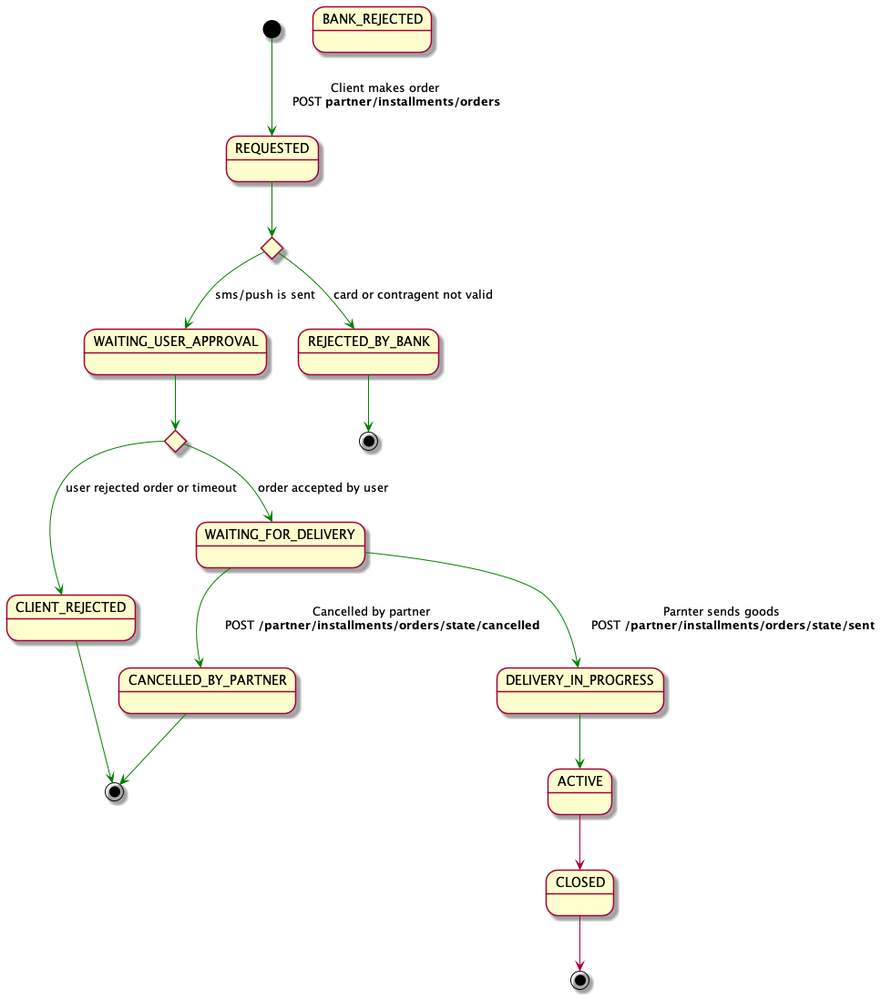
Before: images/installment-states-together.png, a diagram exported from PlantUML (obudigital/pos-installment-partners-api).
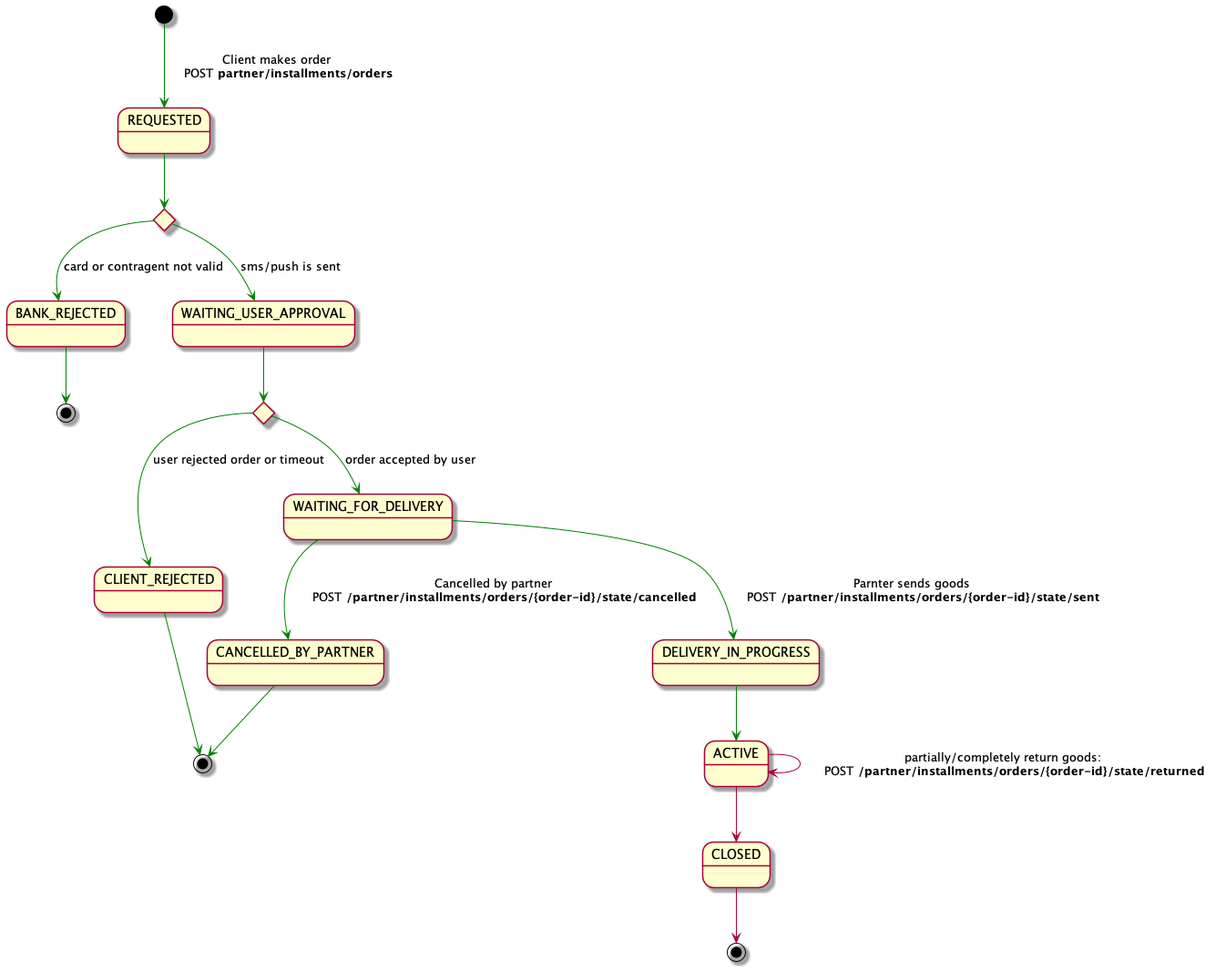
The same diagram one commit later.

Diff of the diagram source:
```diff
@@ -19,16 +19,17 @@
 [*] -[#green]-> REQUESTED: Client makes order \n 👉 POST **partner/installments/orders**
 REQUESTED -[#green]-> cardvalidation
 cardvalidation -[#green]-> WAITING_USER_APPROVAL: sms/push is sent
-cardvalidation -[#green]-> REJECTED_BY_BANK: card or contragent not valid
+cardvalidation -[#green]-> BANK_REJECTED: card or contragent not valid
 WAITING_USER_APPROVAL -[#green]-> userapproval
 userapproval -[#green]-> CLIENT_REJECTED: user rejected order or timeout
-REJECTED_BY_BANK -[#green]-> end2
+BANK_REJECTED -[#green]-> end2
 CLIENT_REJECTED -[#green]-> end
 userapproval -[#green]-> WAITING_FOR_DELIVERY: order accepted by user
-WAITING_FOR_DELIVERY -[#green]-> DELIVERY_IN_PROGRESS: Parnter sends goods \n 👉 POST **/partner/installments/orders/state/sent**
-WAITING_FOR_DELIVERY -[#green]-> CANCELLED_BY_PARTNER: Cancelled by partner \n 👉 POST **/partner/installments/orders/state/cancelled**
+WAITING_FOR_DELIVERY -[#green]-> DELIVERY_IN_PROGRESS: Parnter sends goods \n 👉 POST **/partner/installments/orders/{order-id}/state/sent**
+WAITING_FOR_DELIVERY -[#green]-> CANCELLED_BY_PARTNER: Cancelled by partner \n 👉 POST **/partner/installments/orders/{order-id}/state/cancelled**
 CANCELLED_BY_PARTNER -[#green]-> end
 DELIVERY_IN_PROGRESS -[#green]-> ACTIVE
 ACTIVE --> CLOSED
+ACTIVE --> ACTIVE: partially/completely return goods: \n 👉 POST **/partner/installments/orders/{order-id}/state/returned**
 CLOSED --> [*]
 @enduml
```
